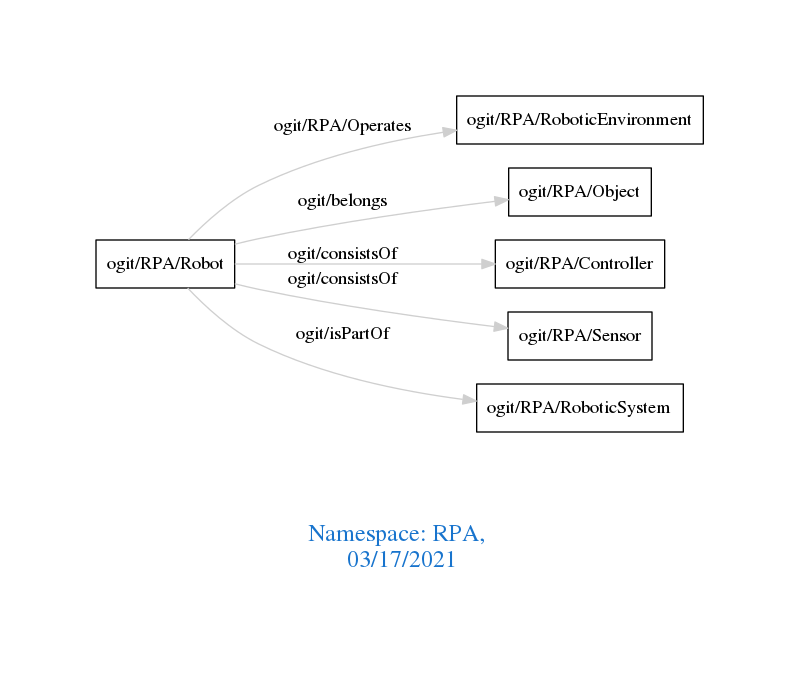
This is downloads/RPA.png from arago/OGIT, a Graphviz export, as it was before one commit. Its source is kept beside it as downloads/RPA.dot.
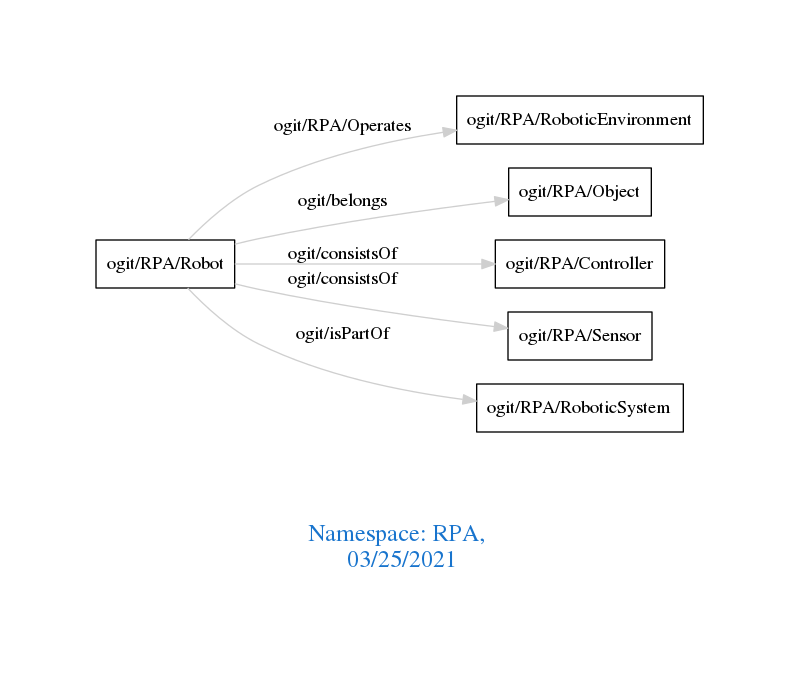
After the commit.

Change to the diagram source:
```diff
@@ -1,7 +1,7 @@
 digraph OGIT_ontology {
  graph [ rankdir= LR,pad=1
 fontsize = 18,
-fontcolor= dodgerblue3,label = "\n\n\nNamespace: RPA, \n 03/17/2021"];
+fontcolor= dodgerblue3,label = "\n\n\nNamespace: RPA, \n 03/25/2021"];
 node[shape=polygon];
 edge [  color="gray81"];
 
```
